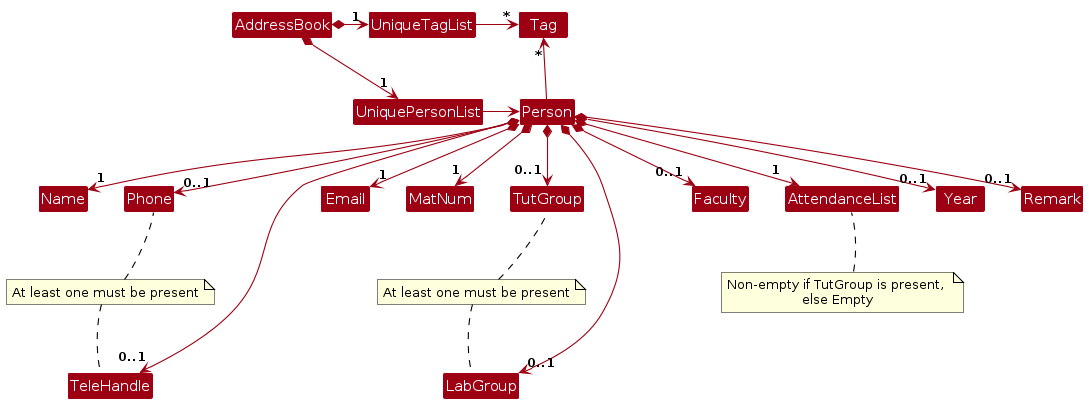
This is diagrams/BetterModelClassDiagram.png from ChinZJ/tp, a PlantUML export, as it was before one commit. Its source is kept beside it as diagrams/BetterModelClassDiagram.puml.
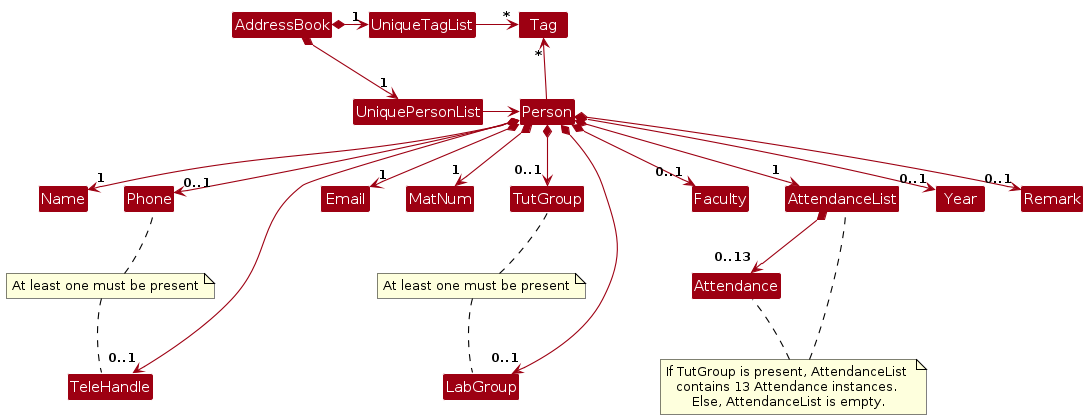
The same file after the commit.

Change to the diagram source:
```diff
@@ -29,6 +29,7 @@
 Person *--> "1" AttendanceList
 Person *--> "0..1" Year
 Person *--> "0..1" Remark
+AttendanceList *--> "0..13" Attendance
 
 note "At least one must be present" as PhoneTeleNote
 PhoneTeleNote .. Phone #black
@@ -42,8 +43,10 @@
 TutGroup -[hidden]down-> TutLabNote
 LabGroup -[hidden]down-> TutLabNote
 
-note "Non-empty if TutGroup is present, \nelse Empty" as AttListNote
+note "If TutGroup is present, AttendanceList \ncontains 13 Attendance instances. \nElse, AttendanceList is empty." as AttListNote
 AttListNote .. AttendanceList #black
+AttListNote .. Attendance #black
 AttendanceList -[hidden]down-> AttListNote
+Attendance -[hidden]down-> AttListNote
 
 @enduml
```
